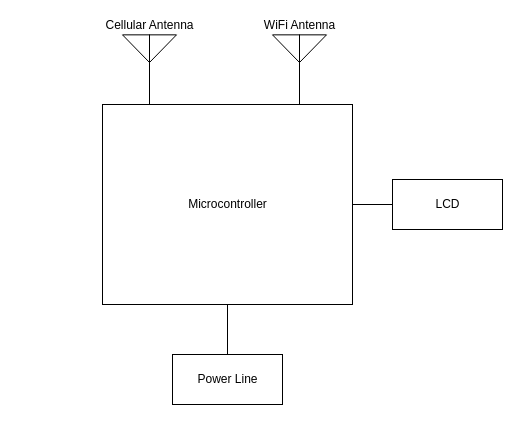
aniruddhand/ciot-capstone keeps this draw.io diagram as page "MainControllerUnitModules" (5 of 9) of notes/ArchitecturalDiagrams.drawio. Above is the earlier version. Source tidied: cells renumbered, new cells numbered last; positions are measured from the earlier drawing's top-left corner, leaving out a move shared by most shapes. Both pictures are drawn from the tidied source at 100%, with x=0, y=0 at pixel (102, 34).
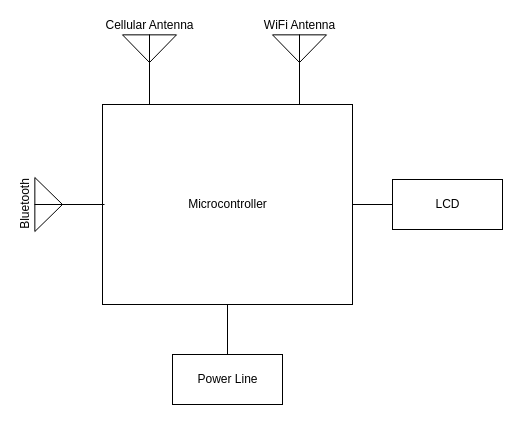
Above is the later version.

Commit message (it also covers changes not shown here):
Added Bluetooth component

What changed in the source:
```diff
@@
 <mxGraphModel>
   <root>
     <mxCell id="0" />
     <mxCell id="1" parent="0" />
     <mxCell id="2" value="Microcontroller" style="html=1;" parent="1" vertex="1">
       <mxGeometry y="70" width="250" height="200" as="geometry" />
     </mxCell>
     <mxCell id="3" value="WiFi Antenna" style="verticalLabelPosition=top;shadow=0;dashed=0;align=center;html=1;verticalAlign=bottom;shape=mxgraph.electrical.radio.aerial_-_antenna_2;labelPosition=center;" parent="1" vertex="1">
       <mxGeometry x="170" width="54" height="70" as="geometry" />
     </mxCell>
     <mxCell id="4" value="Cellular Antenna" style="verticalLabelPosition=top;shadow=0;dashed=0;align=center;html=1;verticalAlign=bottom;shape=mxgraph.electrical.radio.aerial_-_antenna_2;labelPosition=center;" parent="1" vertex="1">
       <mxGeometry x="20" width="54" height="70" as="geometry" />
     </mxCell>
     <mxCell id="5" style="edgeStyle=none;rounded=0;jettySize=auto;html=1;endArrow=none;endFill=0;" parent="1" edge="1" source="6" target="2">
       <mxGeometry relative="1" as="geometry" />
     </mxCell>
     <mxCell id="6" value="Power Line" style="html=1;" parent="1" vertex="1">
       <mxGeometry x="70" y="320" width="110" height="50" as="geometry" />
     </mxCell>
     <mxCell id="7" style="edgeStyle=none;rounded=0;jettySize=auto;html=1;endArrow=none;endFill=0;" parent="1" edge="1" source="8" target="2">
       <mxGeometry relative="1" as="geometry" />
     </mxCell>
     <mxCell id="8" value="LCD" style="html=1;" parent="1" vertex="1">
       <mxGeometry x="290" y="145" width="110" height="50" as="geometry" />
     </mxCell>
+    <mxCell id="9" value="Bluetooth" style="verticalLabelPosition=top;shadow=0;dashed=0;align=center;html=1;verticalAlign=bottom;shape=mxgraph.electrical.radio.aerial_-_antenna_2;labelPosition=center;rotation=-90;" parent="1" vertex="1">
+      <mxGeometry x="-60" y="135" width="54" height="70" as="geometry" />
+    </mxCell>
   </root>
 </mxGraphModel>
```
